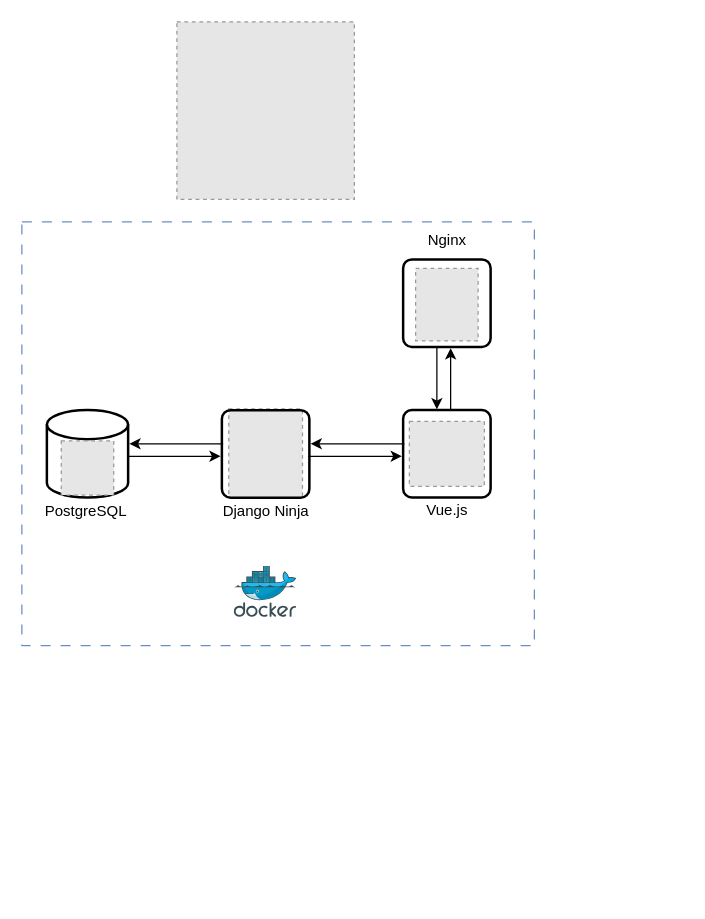
The draw.io diagram page "Architecture" (1 of 2) of Transcendence.drawio in lugonzalg/Diagramas_42, before the edit. Source tidied: cells renumbered, new cells numbered last; positions are measured from the earlier drawing's top-left corner, leaving out a move shared by most shapes. Both pictures are drawn from the tidied source at 125%, with x=0, y=0 at pixel (21, 21). Pictures stored in the file or linked from it are replaced by grey dashed boxes.
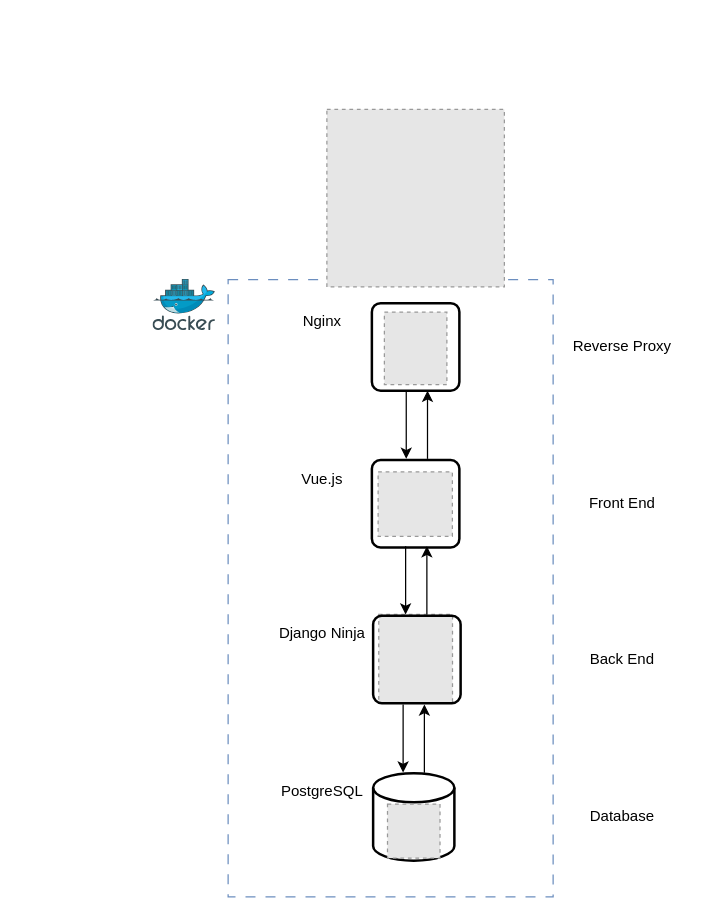
After the change.

The edit, as a diff of the source:
```diff
@@
     <mxCell id="2" style="image;sketch=0;html=1;align=center;fontSize=12;image=img/lib/mscae/Docker.svg;direction=east;" parent="1" vertex="1">
-      <mxGeometry x="170" y="435.5" width="50" height="41" as="geometry" />
+      <mxGeometry x="105" y="206.1" width="50" height="41" as="geometry" />
     </mxCell>
-    <mxCell id="3" style="edgeStyle=orthogonalEdgeStyle;rounded=0;orthogonalLoop=1;jettySize=auto;html=1;entryX=1;entryY=0.5;entryDx=0;entryDy=0;entryPerimeter=0;" parent="1" edge="1">
-      <mxGeometry relative="1" as="geometry">
-        <mxPoint x="161" y="337.5" as="sourcePoint" />
-        <mxPoint x="86" y="337.5" as="targetPoint" />
-      </mxGeometry>
-    </mxCell>
-    <mxCell id="4" style="edgeStyle=orthogonalEdgeStyle;rounded=0;orthogonalLoop=1;jettySize=auto;html=1;entryX=1;entryY=0.5;entryDx=0;entryDy=0;entryPerimeter=0;startArrow=classic;startFill=1;endArrow=none;endFill=0;" parent="1" edge="1">
-      <mxGeometry relative="1" as="geometry">
-        <mxPoint x="159" y="347.5" as="sourcePoint" />
-        <mxPoint x="84" y="347.5" as="targetPoint" />
-      </mxGeometry>
-    </mxCell>
-    <mxCell id="5" style="edgeStyle=orthogonalEdgeStyle;rounded=0;orthogonalLoop=1;jettySize=auto;html=1;entryX=1;entryY=0.5;entryDx=0;entryDy=0;entryPerimeter=0;" parent="1" edge="1">
-      <mxGeometry relative="1" as="geometry">
-        <mxPoint x="306" y="337.5" as="sourcePoint" />
-        <mxPoint x="231" y="337.5" as="targetPoint" />
-      </mxGeometry>
-    </mxCell>
-    <mxCell id="6" style="edgeStyle=orthogonalEdgeStyle;rounded=0;orthogonalLoop=1;jettySize=auto;html=1;entryX=1;entryY=0.5;entryDx=0;entryDy=0;entryPerimeter=0;startArrow=classic;startFill=1;endArrow=none;endFill=0;" parent="1" edge="1">
-      <mxGeometry relative="1" as="geometry">
-        <mxPoint x="304" y="347.5" as="sourcePoint" />
-        <mxPoint x="229" y="347.5" as="targetPoint" />
-      </mxGeometry>
-    </mxCell>
     <mxCell id="7" style="rounded=0;whiteSpace=wrap;html=1;fillColor=none;dashed=1;dashPattern=8 8;strokeColor=#6c8ebf;" parent="1" vertex="1">
-      <mxGeometry y="160" width="410" height="339" as="geometry" />
+      <mxGeometry x="165" y="206.1" width="260" height="493.9" as="geometry" />
     </mxCell>
-    <mxCell id="8" style="edgeStyle=orthogonalEdgeStyle;rounded=0;orthogonalLoop=1;jettySize=auto;html=1;startArrow=classic;startFill=1;endArrow=none;endFill=0;" parent="1" edge="1">
-      <mxGeometry relative="1" as="geometry">
-        <mxPoint x="343" y="261" as="sourcePoint" />
-        <mxPoint x="343" y="311" as="targetPoint" />
-      </mxGeometry>
-    </mxCell>
     <mxCell id="9" style="fillColor=#E6E6E6;strokeColor=#999999;dashed=1;verticalLabelPosition=bottom;verticalAlign=top;" parent="1" vertex="1">
-      <mxGeometry x="124" width="142" height="142" as="geometry" />
+      <mxGeometry x="244" y="70" width="142" height="142" as="geometry" />
     </mxCell>
-    <mxCell id="10" style="group;" parent="1" vertex="1">
-      <mxGeometry x="305" y="160" width="70" height="100" as="geometry" />
-    </mxCell>
-    <mxCell id="11" value="Nginx" style="text;html=1;align=center;verticalAlign=middle;strokeColor=none;fillColor=none;" parent="10" vertex="1">
-      <mxGeometry x="10" width="50" height="30" as="geometry" />
+    <mxCell id="11" value="Nginx" style="text;html=1;align=center;verticalAlign=middle;strokeColor=none;fillColor=none;" parent="1" vertex="1">
+      <mxGeometry x="215" y="225" width="50" height="30" as="geometry" />
     </mxCell>
-    <mxCell id="12" style="group;" parent="10" vertex="1">
-      <mxGeometry y="30" width="70" height="70" as="geometry" />
-    </mxCell>
-    <mxCell id="13" style="edgeStyle=orthogonalEdgeStyle;rounded=0;orthogonalLoop=1;jettySize=auto;html=1;" parent="12" edge="1">
-      <mxGeometry relative="1" as="geometry">
-        <mxPoint x="27" y="70" as="sourcePoint" />
-        <mxPoint x="27" y="120" as="targetPoint" />
-      </mxGeometry>
-    </mxCell>
+    <mxCell id="25" value="Vue.js" style="text;html=1;align=center;verticalAlign=middle;strokeColor=none;fillColor=none;" parent="1" vertex="1">
+      <mxGeometry x="210" y="350.5" width="60" height="30" as="geometry" />
+    </mxCell>
+    <mxCell id="21" value="Django Ninja" style="text;html=1;align=center;verticalAlign=middle;strokeColor=none;fillColor=none;" parent="1" vertex="1">
+      <mxGeometry x="195" y="474" width="90" height="30" as="geometry" />
+    </mxCell>
+    <mxCell id="17" value="PostgreSQL" style="text;html=1;align=center;verticalAlign=middle;strokeColor=none;fillColor=none;" parent="1" vertex="1">
+      <mxGeometry x="195" y="601" width="90" height="30" as="geometry" />
+    </mxCell>
+    <mxCell id="28" style="group;" parent="1" vertex="1">
+      <mxGeometry x="280" y="350.5" width="70" height="70" as="geometry" />
+    </mxCell>
+    <mxCell id="26" style="rounded=1;whiteSpace=wrap;html=1;absoluteArcSize=1;arcSize=14;strokeWidth=2;fillColor=none;" parent="28" vertex="1">
+      <mxGeometry width="70" height="70" as="geometry" />
+    </mxCell>
+    <mxCell id="27" style="fillColor=#E6E6E6;strokeColor=#999999;dashed=1;verticalLabelPosition=bottom;verticalAlign=top;" parent="28" vertex="1">
+      <mxGeometry x="5" y="9.5" width="59.4" height="51.5" as="geometry" />
+    </mxCell>
+    <mxCell id="29" style="group;" parent="1" vertex="1">
+      <mxGeometry x="281" y="474" width="70" height="71.1" as="geometry" />
+    </mxCell>
+    <mxCell id="22" style="fillColor=#E6E6E6;strokeColor=#999999;dashed=1;verticalLabelPosition=bottom;verticalAlign=top;" parent="29" vertex="1">
+      <mxGeometry x="4.5" width="59" height="71.1" as="geometry" />
+    </mxCell>
+    <mxCell id="23" style="rounded=1;whiteSpace=wrap;html=1;absoluteArcSize=1;arcSize=14;strokeWidth=2;fillColor=none;" parent="29" vertex="1">
+      <mxGeometry y="1.1" width="70" height="70" as="geometry" />
+    </mxCell>
+    <mxCell id="30" style="group;" parent="1" vertex="1">
+      <mxGeometry x="281" y="601" width="65" height="70" as="geometry" />
+    </mxCell>
+    <mxCell id="18" style="strokeWidth=2;html=1;shape=mxgraph.flowchart.database;whiteSpace=wrap;" parent="30" vertex="1">
+      <mxGeometry width="65" height="70" as="geometry" />
+    </mxCell>
+    <mxCell id="19" style="fillColor=#E6E6E6;strokeColor=#999999;dashed=1;verticalLabelPosition=bottom;verticalAlign=top;" parent="30" vertex="1">
+      <mxGeometry x="11.5" y="24.7" width="42" height="43.3" as="geometry" />
+    </mxCell>
+    <mxCell id="31" style="group;" parent="1" vertex="1">
+      <mxGeometry x="307" y="419.5" width="17" height="54.6" as="geometry" />
+    </mxCell>
+    <mxCell id="32" style="group;" parent="31" vertex="1">
+      <mxGeometry width="17" height="54.6" as="geometry" />
+    </mxCell>
+    <mxCell id="33" style="edgeStyle=orthogonalEdgeStyle;rounded=0;orthogonalLoop=1;jettySize=auto;html=1;" parent="32" edge="1">
+      <mxGeometry relative="1" as="geometry">
+        <mxPoint as="sourcePoint" />
+        <mxPoint y="54.6" as="targetPoint" />
+      </mxGeometry>
+    </mxCell>
+    <mxCell id="34" style="edgeStyle=orthogonalEdgeStyle;rounded=0;orthogonalLoop=1;jettySize=auto;html=1;startArrow=classic;startFill=1;endArrow=none;endFill=0;" parent="32" edge="1">
+      <mxGeometry relative="1" as="geometry">
+        <mxPoint x="17" as="sourcePoint" />
+        <mxPoint x="17" y="54.6" as="targetPoint" />
+      </mxGeometry>
+    </mxCell>
+    <mxCell id="35" style="group;" parent="1" vertex="1">
+      <mxGeometry x="305" y="546" width="17" height="54.6" as="geometry" />
+    </mxCell>
+    <mxCell id="36" style="edgeStyle=orthogonalEdgeStyle;rounded=0;orthogonalLoop=1;jettySize=auto;html=1;" parent="35" edge="1">
+      <mxGeometry relative="1" as="geometry">
+        <mxPoint as="sourcePoint" />
+        <mxPoint y="54.6" as="targetPoint" />
+      </mxGeometry>
+    </mxCell>
+    <mxCell id="37" style="edgeStyle=orthogonalEdgeStyle;rounded=0;orthogonalLoop=1;jettySize=auto;html=1;startArrow=classic;startFill=1;endArrow=none;endFill=0;" parent="35" edge="1">
+      <mxGeometry relative="1" as="geometry">
+        <mxPoint x="17" as="sourcePoint" />
+        <mxPoint x="17" y="54.6" as="targetPoint" />
+      </mxGeometry>
+    </mxCell>
+    <mxCell id="38" style="group;" parent="1" vertex="1">
+      <mxGeometry x="307.5" y="295" width="17" height="54.6" as="geometry" />
+    </mxCell>
+    <mxCell id="39" style="group;" parent="38" vertex="1">
+      <mxGeometry width="17" height="54.6" as="geometry" />
+    </mxCell>
+    <mxCell id="40" style="edgeStyle=orthogonalEdgeStyle;rounded=0;orthogonalLoop=1;jettySize=auto;html=1;" parent="39" edge="1">
+      <mxGeometry relative="1" as="geometry">
+        <mxPoint as="sourcePoint" />
+        <mxPoint y="54.6" as="targetPoint" />
+      </mxGeometry>
+    </mxCell>
+    <mxCell id="41" style="edgeStyle=orthogonalEdgeStyle;rounded=0;orthogonalLoop=1;jettySize=auto;html=1;startArrow=classic;startFill=1;endArrow=none;endFill=0;" parent="39" edge="1">
+      <mxGeometry relative="1" as="geometry">
+        <mxPoint x="17" as="sourcePoint" />
+        <mxPoint x="17" y="54.6" as="targetPoint" />
+      </mxGeometry>
+    </mxCell>
-    <mxCell id="14" style="rounded=1;whiteSpace=wrap;html=1;absoluteArcSize=1;arcSize=14;strokeWidth=2;fillColor=none;" parent="12" vertex="1">
-      <mxGeometry width="70" height="70" as="geometry" />
+    <mxCell id="14" style="rounded=1;whiteSpace=wrap;html=1;absoluteArcSize=1;arcSize=14;strokeWidth=2;fillColor=none;" parent="1" vertex="1">
+      <mxGeometry x="280" y="225" width="70" height="70" as="geometry" />
     </mxCell>
-    <mxCell id="15" style="fillColor=#E6E6E6;strokeColor=#999999;dashed=1;verticalLabelPosition=bottom;verticalAlign=top;" parent="12" vertex="1">
-      <mxGeometry x="10" y="7.2" width="50" height="57.9" as="geometry" />
+    <mxCell id="15" style="fillColor=#E6E6E6;strokeColor=#999999;dashed=1;verticalLabelPosition=bottom;verticalAlign=top;" parent="1" vertex="1">
+      <mxGeometry x="290" y="232.2" width="50" height="57.9" as="geometry" />
     </mxCell>
-    <mxCell id="16" style="group;" parent="1" vertex="1">
-      <mxGeometry x="6" y="310.5" width="90" height="96" as="geometry" />
-    </mxCell>
-    <mxCell id="17" value="PostgreSQL" style="text;html=1;align=center;verticalAlign=middle;strokeColor=none;fillColor=none;" parent="16" vertex="1">
-      <mxGeometry y="66" width="90" height="30" as="geometry" />
-    </mxCell>
-    <mxCell id="18" style="strokeWidth=2;html=1;shape=mxgraph.flowchart.database;whiteSpace=wrap;" parent="16" vertex="1">
-      <mxGeometry x="14" width="65" height="70" as="geometry" />
-    </mxCell>
-    <mxCell id="19" style="fillColor=#E6E6E6;strokeColor=#999999;dashed=1;verticalLabelPosition=bottom;verticalAlign=top;" parent="16" vertex="1">
-      <mxGeometry x="25.5" y="24.7" width="42" height="43.3" as="geometry" />
-    </mxCell>
-    <mxCell id="20" style="group;" parent="1" vertex="1">
-      <mxGeometry x="150" y="309.5" width="90" height="97.1" as="geometry" />
-    </mxCell>
-    <mxCell id="21" value="Django Ninja" style="text;html=1;align=center;verticalAlign=middle;strokeColor=none;fillColor=none;" parent="20" vertex="1">
-      <mxGeometry y="67.1" width="90" height="30" as="geometry" />
-    </mxCell>
-    <mxCell id="22" style="fillColor=#E6E6E6;strokeColor=#999999;dashed=1;verticalLabelPosition=bottom;verticalAlign=top;" parent="20" vertex="1">
-      <mxGeometry x="15.5" width="59" height="71.1" as="geometry" />
-    </mxCell>
-    <mxCell id="23" style="rounded=1;whiteSpace=wrap;html=1;absoluteArcSize=1;arcSize=14;strokeWidth=2;fillColor=none;" parent="20" vertex="1">
-      <mxGeometry x="10" y="1.1" width="70" height="70" as="geometry" />
-    </mxCell>
-    <mxCell id="24" style="group;" parent="1" vertex="1">
-      <mxGeometry x="305" y="310.5" width="70" height="95.1" as="geometry" />
-    </mxCell>
-    <mxCell id="25" value="Vue.js" style="text;html=1;align=center;verticalAlign=middle;strokeColor=none;fillColor=none;" parent="24" vertex="1">
-      <mxGeometry x="5" y="65.1" width="60" height="30" as="geometry" />
-    </mxCell>
-    <mxCell id="26" style="rounded=1;whiteSpace=wrap;html=1;absoluteArcSize=1;arcSize=14;strokeWidth=2;fillColor=none;" parent="24" vertex="1">
-      <mxGeometry width="70" height="70" as="geometry" />
-    </mxCell>
-    <mxCell id="27" style="fillColor=#E6E6E6;strokeColor=#999999;dashed=1;verticalLabelPosition=bottom;verticalAlign=top;" parent="24" vertex="1">
-      <mxGeometry x="5" y="9" width="60" height="52" as="geometry" />
-    </mxCell>
+    <mxCell id="42" value="Reverse Proxy" style="text;html=1;align=center;verticalAlign=middle;strokeColor=none;fillColor=none;" parent="1" vertex="1">
+      <mxGeometry x="430" y="245" width="100" height="30" as="geometry" />
+    </mxCell>
+    <mxCell id="43" value="Front End" style="text;html=1;align=center;verticalAlign=middle;strokeColor=none;fillColor=none;" parent="1" vertex="1">
+      <mxGeometry x="440" y="370" width="80" height="30" as="geometry" />
+    </mxCell>
+    <mxCell id="44" value="Back End" style="text;html=1;align=center;verticalAlign=middle;strokeColor=none;fillColor=none;" parent="1" vertex="1">
+      <mxGeometry x="445" y="495" width="70" height="30" as="geometry" />
+    </mxCell>
+    <mxCell id="45" value="Database" style="text;html=1;align=center;verticalAlign=middle;strokeColor=none;fillColor=none;" parent="1" vertex="1">
+      <mxGeometry x="445" y="621" width="70" height="30" as="geometry" />
+    </mxCell>
```
